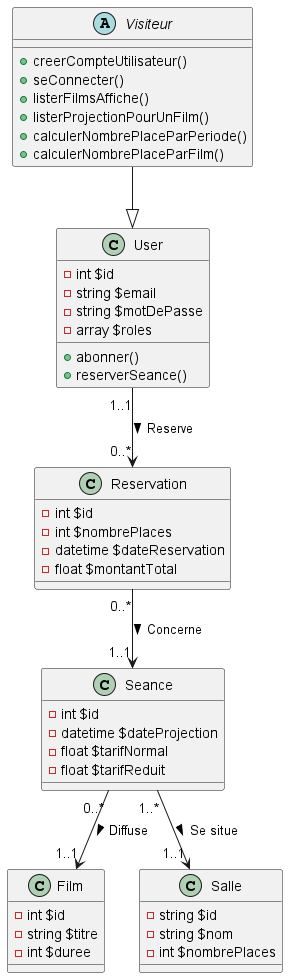
Earlier version of the PlantUML export api/api_cinema/docs/database.png (SNEAXIII/scrum_cinema).
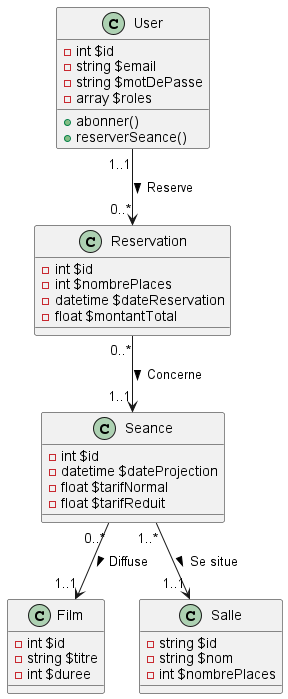
Later version of the same file.

The edit, as a diff of the source:
```diff
@@ -1,13 +1,4 @@
 @startuml
-
-abstract Visiteur{
-    +creerCompteUtilisateur()
-    +seConnecter()
-    +listerFilmsAffiche()
-    +listerProjectionPourUnFilm()
-    +calculerNombrePlaceParPeriode()
-    +calculerNombrePlaceParFilm()
-}
 
 class User {
     -int $id
@@ -44,7 +35,6 @@
     -int $nombrePlaces
 }
 
-Visiteur --|> User
 User "1..1" --> "0..*" Reservation : > Reserve
 Reservation "0..*" --> "1..1" Seance : > Concerne
 Seance "0..*" --> "1..1" Film : > Diffuse
```
